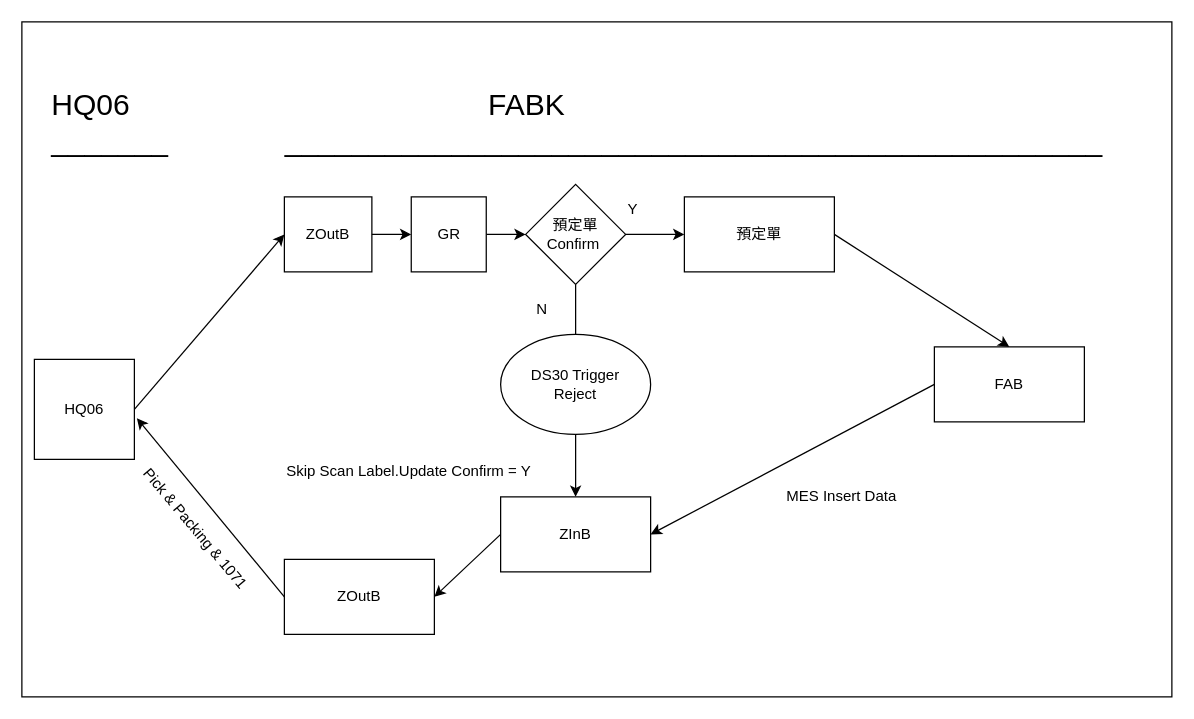
Earlier version of the draw.io diagram FABKtoFAB6.drawio (Charles886/zzcoco). Source tidied: cells renumbered, new cells numbered last; positions are measured from the earlier drawing's top-left corner, leaving out a move shared by most shapes. Both pictures are drawn from the tidied source at 125%, with x=0, y=0 at pixel (21, 21).
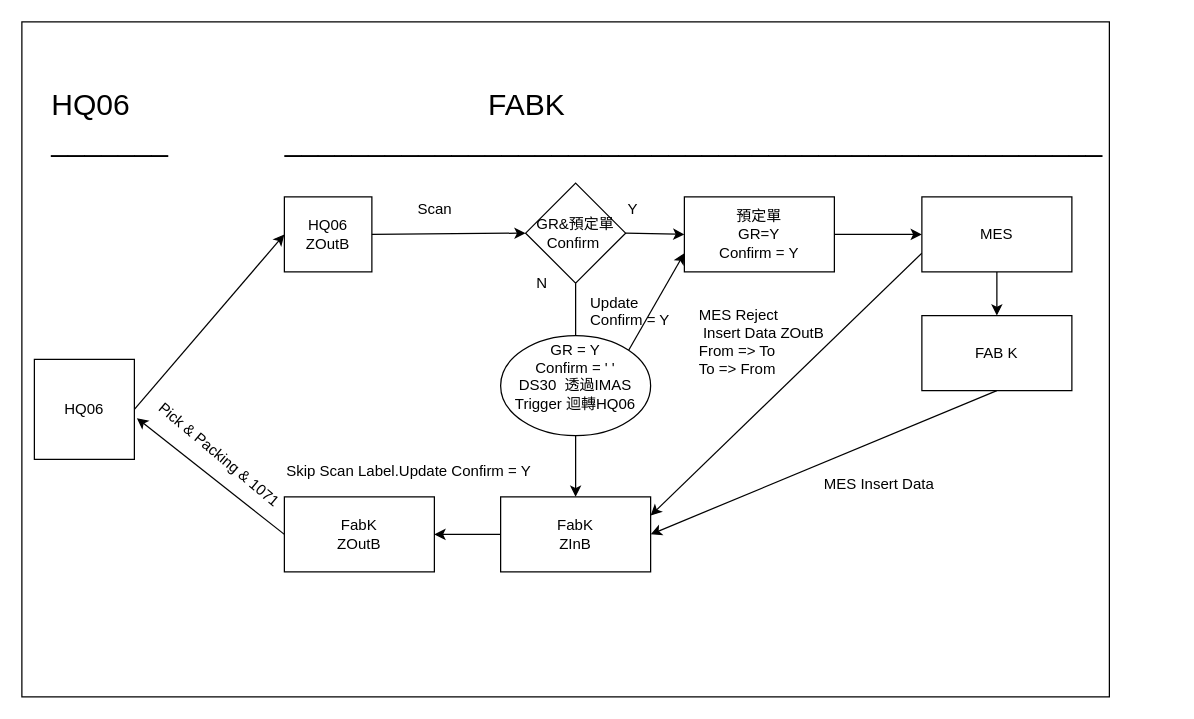
Above is the later version.

Change to the diagram source:
```diff
@@
     <mxCell id="2" style="rounded=0;whiteSpace=wrap;html=1;" parent="1" vertex="1">
-      <mxGeometry width="920" height="540" as="geometry" />
+      <mxGeometry width="870" height="540" as="geometry" />
     </mxCell>
-    <mxCell id="3" value="ZOutB" style="rounded=0;whiteSpace=wrap;html=1;" parent="1" vertex="1">
+    <mxCell id="3" value="HQ06&lt;br&gt;ZOutB" style="rounded=0;whiteSpace=wrap;html=1;" parent="1" vertex="1">
       <mxGeometry x="210" y="140" width="70" height="60" as="geometry" />
     </mxCell>
-    <mxCell id="4" value="ZInB" style="rounded=0;whiteSpace=wrap;html=1;" parent="1" vertex="1">
+    <mxCell id="4" value="FabK&lt;br&gt;ZInB" style="rounded=0;whiteSpace=wrap;html=1;" parent="1" vertex="1">
       <mxGeometry x="383" y="380" width="120" height="60" as="geometry" />
     </mxCell>
-    <mxCell id="5" value="ZOutB" style="rounded=0;whiteSpace=wrap;html=1;" parent="1" vertex="1">
-      <mxGeometry x="210" y="430" width="120" height="60" as="geometry" />
+    <mxCell id="5" value="FabK&lt;br&gt;ZOutB" style="rounded=0;whiteSpace=wrap;html=1;" parent="1" vertex="1">
+      <mxGeometry x="210" y="380" width="120" height="60" as="geometry" />
     </mxCell>
-    <mxCell id="6" value="預定單" style="rounded=0;whiteSpace=wrap;html=1;" parent="1" vertex="1">
+    <mxCell id="6" value="預定單&lt;br&gt;GR=Y&lt;br&gt;Confirm = Y&lt;br&gt;" style="rounded=0;whiteSpace=wrap;html=1;" parent="1" vertex="1">
       <mxGeometry x="530" y="140" width="120" height="60" as="geometry" />
     </mxCell>
-    <mxCell id="7" value="FAB" style="rounded=0;whiteSpace=wrap;html=1;" parent="1" vertex="1">
-      <mxGeometry x="730" y="260" width="120" height="60" as="geometry" />
+    <mxCell id="7" value="FAB K" style="rounded=0;whiteSpace=wrap;html=1;" parent="1" vertex="1">
+      <mxGeometry x="720" y="235" width="120" height="60" as="geometry" />
     </mxCell>
-    <mxCell id="8" style="endArrow=classic;html=1;exitX=1;exitY=0.5;exitDx=0;exitDy=0;" parent="1" edge="1" source="23" target="9">
-      <mxGeometry relative="1" as="geometry" />
-    </mxCell>
-    <mxCell id="9" value="預定單Confirm&amp;nbsp;" style="rhombus;whiteSpace=wrap;html=1;" parent="1" vertex="1">
-      <mxGeometry x="403" y="130" width="80" height="80" as="geometry" />
+    <mxCell id="9" value="GR&amp;amp;預定單Confirm&amp;nbsp;" style="rhombus;whiteSpace=wrap;html=1;" parent="1" vertex="1">
+      <mxGeometry x="403" y="129" width="80" height="80" as="geometry" />
     </mxCell>
@@
-    <mxCell id="11" style="endArrow=classic;html=1;entryX=0.5;entryY=0;entryDx=0;entryDy=0;exitX=1;exitY=0.5;exitDx=0;exitDy=0;" parent="1" edge="1" source="6" target="7">
+    <mxCell id="11" style="endArrow=classic;html=1;entryX=0.5;entryY=0;entryDx=0;entryDy=0;" parent="1" edge="1" source="33" target="7">
       <mxGeometry relative="1" as="geometry" />
     </mxCell>
-    <mxCell id="12" style="endArrow=classic;html=1;exitX=0;exitY=0.5;exitDx=0;exitDy=0;entryX=1;entryY=0.5;entryDx=0;entryDy=0;" parent="1" edge="1" source="7" target="4">
+    <mxCell id="12" style="endArrow=classic;html=1;entryX=1;entryY=0.5;entryDx=0;entryDy=0;exitX=0.5;exitY=1;exitDx=0;exitDy=0;" parent="1" edge="1" source="7" target="4">
       <mxGeometry relative="1" as="geometry" />
     </mxCell>
@@
-    <mxCell id="14" value="DS30 Trigger&lt;br&gt;&amp;nbsp;Reject&amp;nbsp;" style="ellipse;whiteSpace=wrap;html=1;" parent="1" vertex="1">
-      <mxGeometry x="383" y="250" width="120" height="80" as="geometry" />
+    <mxCell id="14" value="&lt;br&gt;GR = Y&lt;br&gt;Confirm = ' '&lt;br&gt;DS30&amp;nbsp;&amp;nbsp;透過IMAS&lt;br&gt;Trigger 迴轉HQ06&lt;br&gt;&lt;br&gt;&lt;br&gt;" style="ellipse;whiteSpace=wrap;html=1;" parent="1" vertex="1">
+      <mxGeometry x="383" y="251" width="120" height="80" as="geometry" />
     </mxCell>
@@
     <mxCell id="16" value="N" style="text;html=1;align=left;verticalAlign=top;spacingTop=-4;" parent="1" vertex="1">
-      <mxGeometry x="410" y="220" width="20" height="20" as="geometry" />
+      <mxGeometry x="410" y="199" width="20" height="20" as="geometry" />
     </mxCell>
@@
     <mxCell id="18" value="MES Insert Data" style="text;html=1;align=left;verticalAlign=top;spacingTop=-4;" parent="1" vertex="1">
-      <mxGeometry x="610" y="370" width="100" height="20" as="geometry" />
+      <mxGeometry x="640" y="360" width="100" height="20" as="geometry" />
     </mxCell>
@@
-    <mxCell id="22" value="Pick &amp;amp; Packing &amp;amp; 1071&lt;br&gt;&lt;br&gt;" style="text;html=1;align=left;verticalAlign=top;spacingTop=-4;rotation=50;" parent="1" vertex="1">
-      <mxGeometry x="70" y="400" width="140" height="30" as="geometry" />
+    <mxCell id="22" value="Pick &amp;amp; Packing &amp;amp; 1071&lt;br&gt;&lt;br&gt;" style="text;html=1;align=left;verticalAlign=top;spacingTop=-4;rotation=40;" parent="1" vertex="1">
+      <mxGeometry x="90" y="340" width="140" height="30" as="geometry" />
     </mxCell>
-    <mxCell id="23" value="GR" style="rounded=0;whiteSpace=wrap;html=1;" parent="1" vertex="1">
-      <mxGeometry x="311.5" y="140" width="60" height="60" as="geometry" />
-    </mxCell>
-    <mxCell id="24" style="endArrow=classic;html=1;entryX=0;entryY=0.5;entryDx=0;entryDy=0;exitX=1;exitY=0.5;exitDx=0;exitDy=0;" parent="1" edge="1" source="3" target="23">
-      <mxGeometry relative="1" as="geometry" />
-    </mxCell>
@@
+    <mxCell id="27" style="endArrow=classic;html=1;entryX=0;entryY=0.5;entryDx=0;entryDy=0;exitX=1;exitY=0.5;exitDx=0;exitDy=0;" parent="1" edge="1" source="3" target="9">
+      <mxGeometry relative="1" as="geometry" />
+    </mxCell>
+    <mxCell id="28" value="Scan&lt;br&gt;&lt;br&gt;" style="text;html=1;align=left;verticalAlign=top;spacingTop=-4;" parent="1" vertex="1">
+      <mxGeometry x="315" y="140" width="40" height="30" as="geometry" />
+    </mxCell>
+    <mxCell id="29" style="endArrow=classic;html=1;entryX=0;entryY=0.75;entryDx=0;entryDy=0;exitX=1;exitY=0;exitDx=0;exitDy=0;" parent="1" edge="1" source="14" target="6">
+      <mxGeometry relative="1" as="geometry" />
+    </mxCell>
+    <mxCell id="30" value="Update&lt;br&gt;Confirm = Y" style="text;html=1;align=left;verticalAlign=top;spacingTop=-4;" parent="1" vertex="1">
+      <mxGeometry x="453" y="215" width="80" height="30" as="geometry" />
+    </mxCell>
+    <mxCell id="31" style="endArrow=classic;html=1;exitX=0;exitY=0.75;exitDx=0;exitDy=0;entryX=1;entryY=0.25;entryDx=0;entryDy=0;" parent="1" edge="1" source="33" target="4">
+      <mxGeometry relative="1" as="geometry" />
+    </mxCell>
+    <mxCell id="32" value="MES Reject&amp;nbsp;&lt;br&gt;&amp;nbsp;Insert Data ZOutB&lt;br&gt;From =&amp;gt; To&lt;br&gt;To =&amp;gt; From&lt;br&gt;" style="text;html=1;" parent="1" vertex="1">
+      <mxGeometry x="540" y="221" width="110" height="30" as="geometry" />
+    </mxCell>
+    <mxCell id="33" value="MES" style="rounded=0;whiteSpace=wrap;html=1;" parent="1" vertex="1">
+      <mxGeometry x="720" y="140" width="120" height="60" as="geometry" />
+    </mxCell>
+    <mxCell id="34" style="endArrow=classic;html=1;entryX=0;entryY=0.5;entryDx=0;entryDy=0;exitX=1;exitY=0.5;exitDx=0;exitDy=0;" parent="1" edge="1" source="6" target="33">
+      <mxGeometry relative="1" as="geometry" />
+    </mxCell>
```
